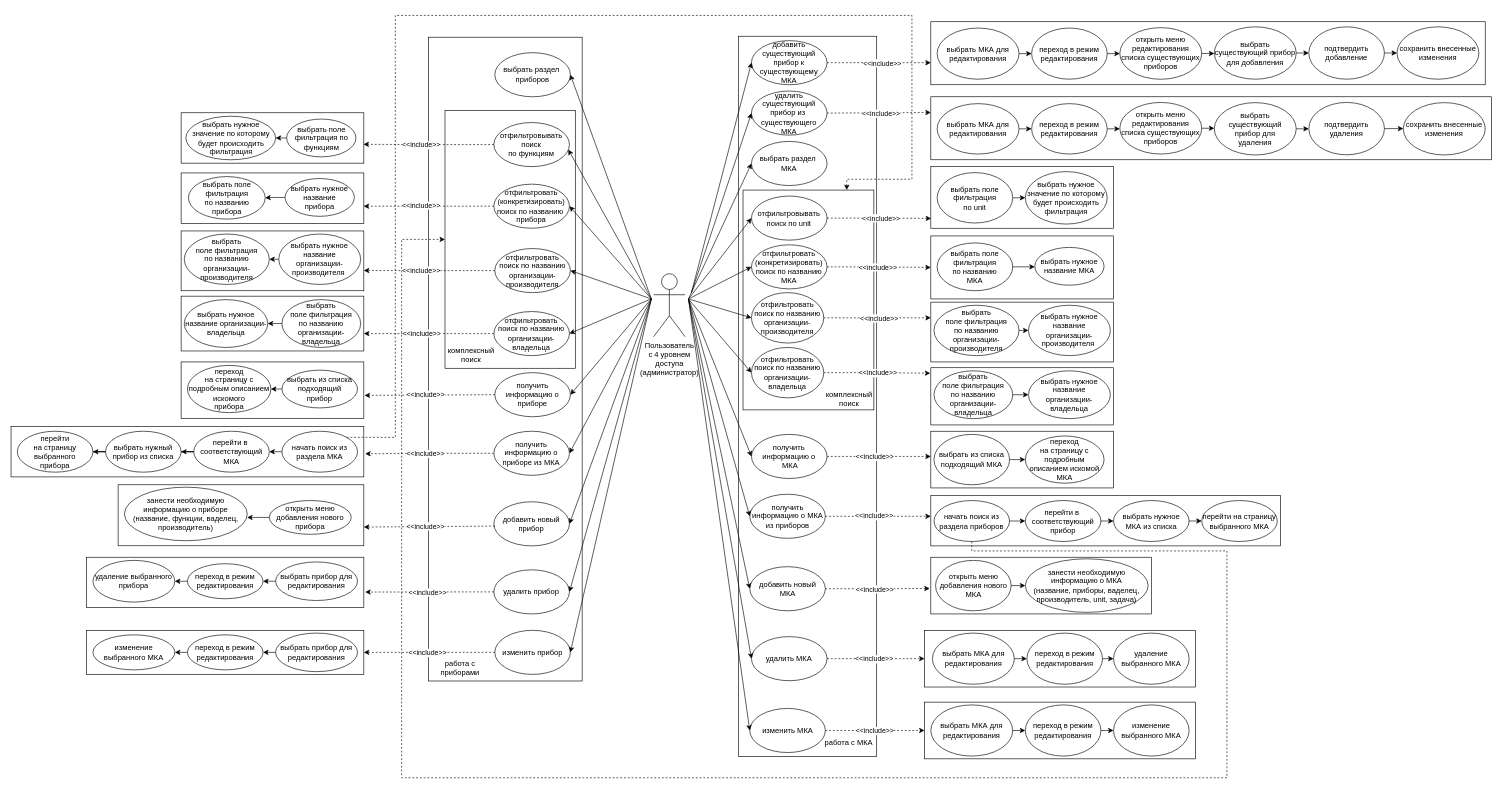
Earlier version of the draw.io diagram use case расширенная версия.drawio (ReallyDeadGorillaz/WorkingDrafts). Source tidied: cells renumbered, new cells numbered last; positions are measured from the earlier drawing's top-left corner, leaving out a move shared by most shapes. Both pictures are drawn from the tidied source at 63%, with x=0, y=0 at pixel (11, 15).
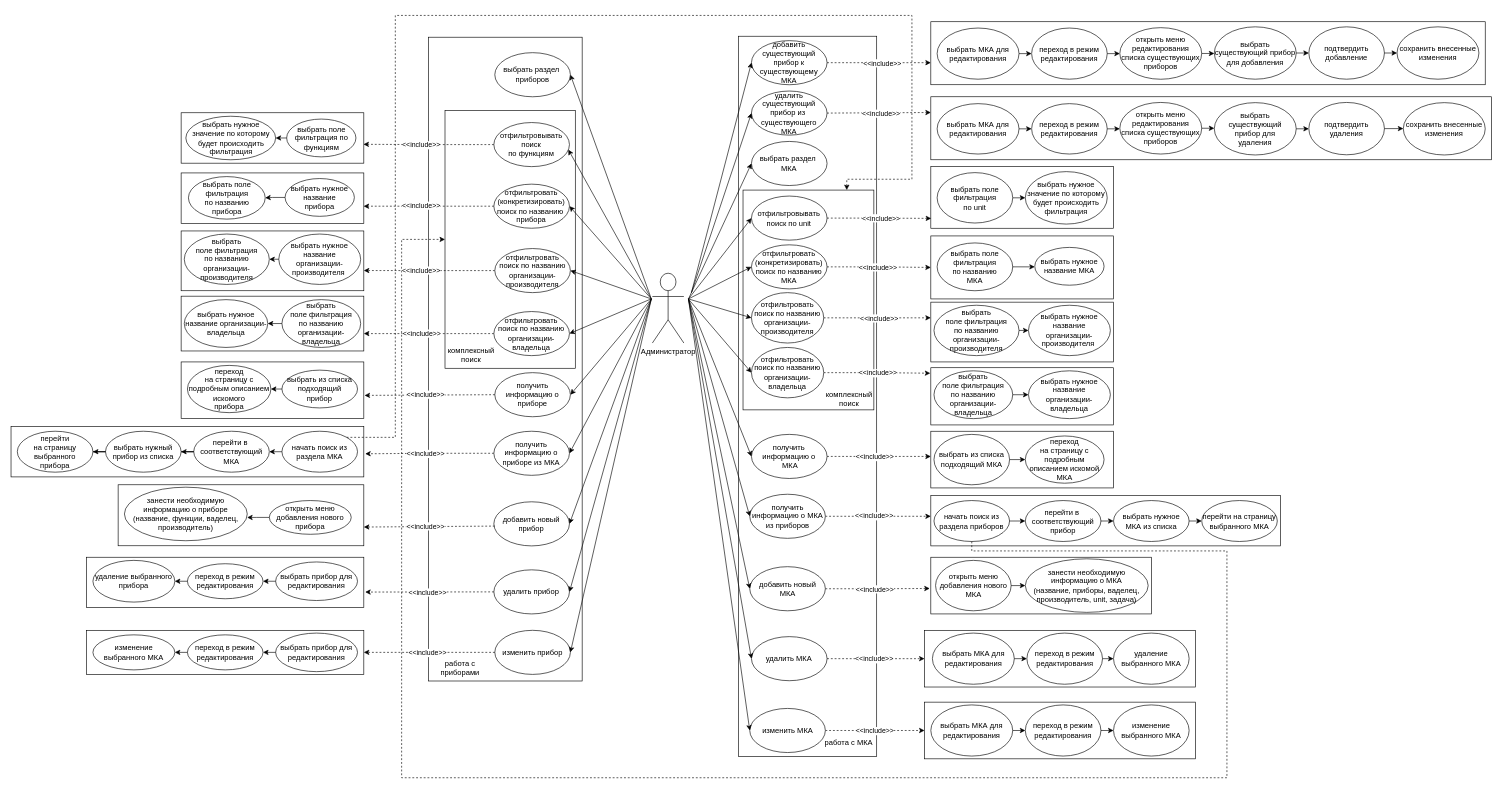
The same diagram, later.

Change to the diagram source:
```diff
@@
-    <mxCell id="20" value="Пользователь &lt;br&gt;с 4 уровнем &lt;br&gt;доступа&lt;br&gt;(администратор)&lt;br&gt;" style="shape=umlActor;verticalLabelPosition=bottom;verticalAlign=top;html=1;" parent="1" vertex="1">
-      <mxGeometry x="1020" y="410" width="50" height="100" as="geometry" />
+    <mxCell id="20" value="Администратор&lt;br&gt;" style="shape=umlActor;verticalLabelPosition=bottom;verticalAlign=top;html=1;" parent="1" vertex="1">
+      <mxGeometry x="1018" y="409.2" width="50" height="110.8" as="geometry" />
     </mxCell>
```
